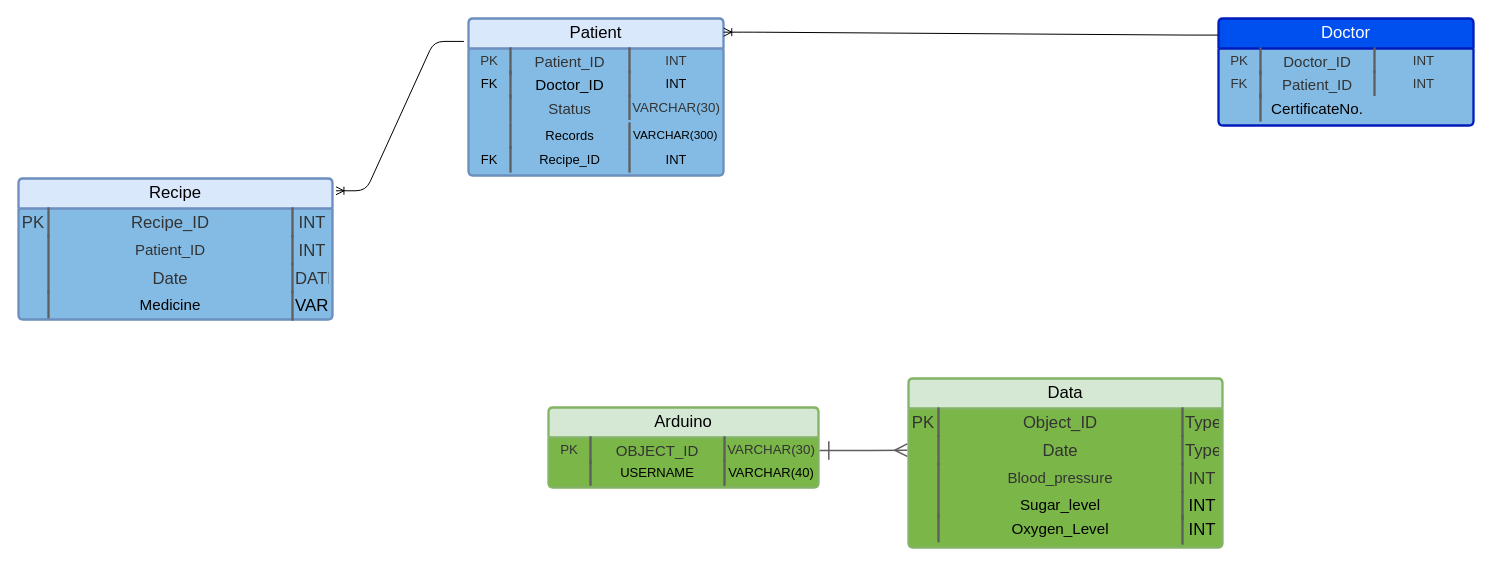
HostVital-IoT/BackEnd keeps this draw.io diagram as Untitled Diagram.drawio. Above is the earlier version. Source tidied: cells renumbered, new cells numbered last; positions are measured from the earlier drawing's top-left corner, leaving out a move shared by most shapes. Both pictures are drawn from the tidied source at 100%, with x=0, y=0 at pixel (18, 18).
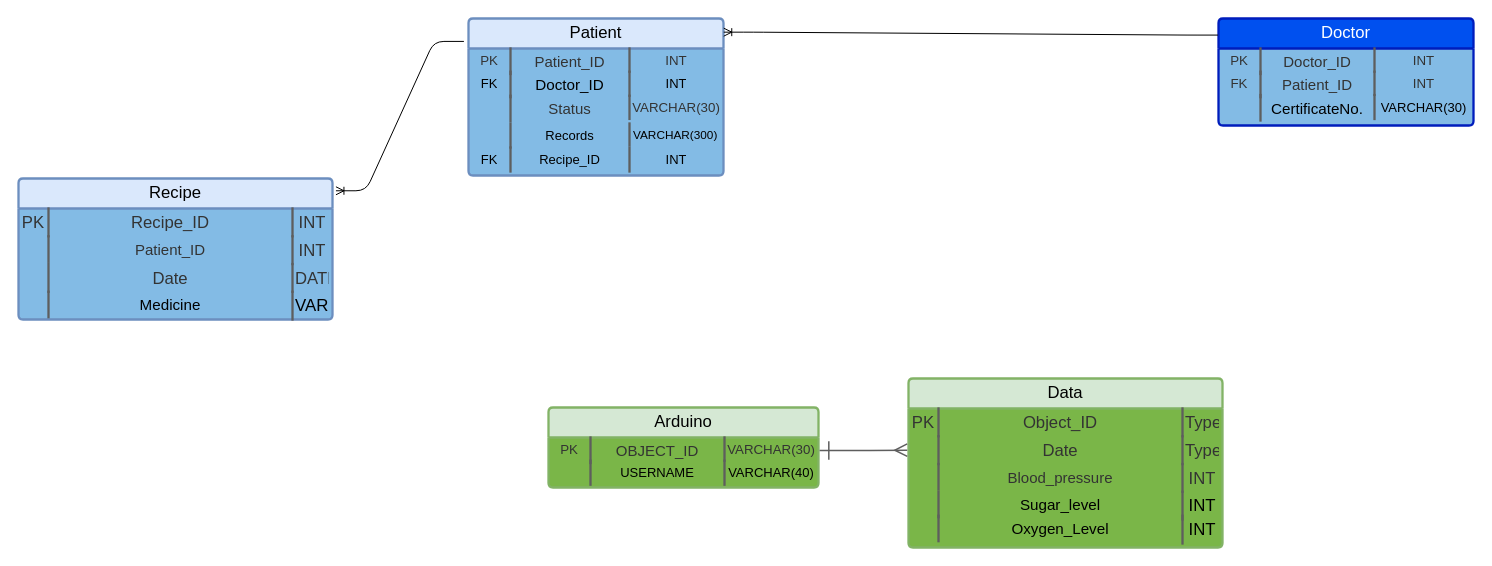
Above is the later version.

Commit message:
holy cow, correcting things again(just colors)

The change refers to these unchanged cells:
```xml
<mxCell id="18" value="Doctor" style="html=1;overflow=block;blockSpacing=1;whiteSpace=wrap;swimlane;fontStyle=0;swimlaneFillColor=#83bbe5;startSize=30;whiteSpace=wrap;fontSize=16.7;align=center;fillColor=#0050ef;whiteSpace=wrap;spacing=0;strokeOpacity=100;fillOpacity=100;rounded=1;absoluteArcSize=1;arcSize=9;strokeWidth=2.3;strokeColor=#001DBC;fontColor=#ffffff;" parent="1" vertex="1">
  <mxGeometry x="1200" width="255" height="107" as="geometry" />
</mxCell>
```

Change to the diagram source:
```diff
@@
+    <mxCell id="66" value="VARCHAR(30)" style="shape=partialRectangle;top=0;right=0;bottom=0;align=left;verticalAlign=top;spacingLeft=4;spacingRight=4;overflow=hidden;whiteSpace=wrap;swimlaneFillColor=#83bbe5;whiteSpace=wrap;fontSize=13;align=center;fillColor=none;strokeOpacity=100;fillOpacity=100;whiteSpace=wrap;spacing=0;strokeColor=#5e5e5e;rounded=1;absoluteArcSize=1;arcSize=9;strokeWidth=2.3;" parent="18" vertex="1">
+      <mxGeometry x="156" y="76.5" width="99" height="24" as="geometry" />
+    </mxCell>
```
